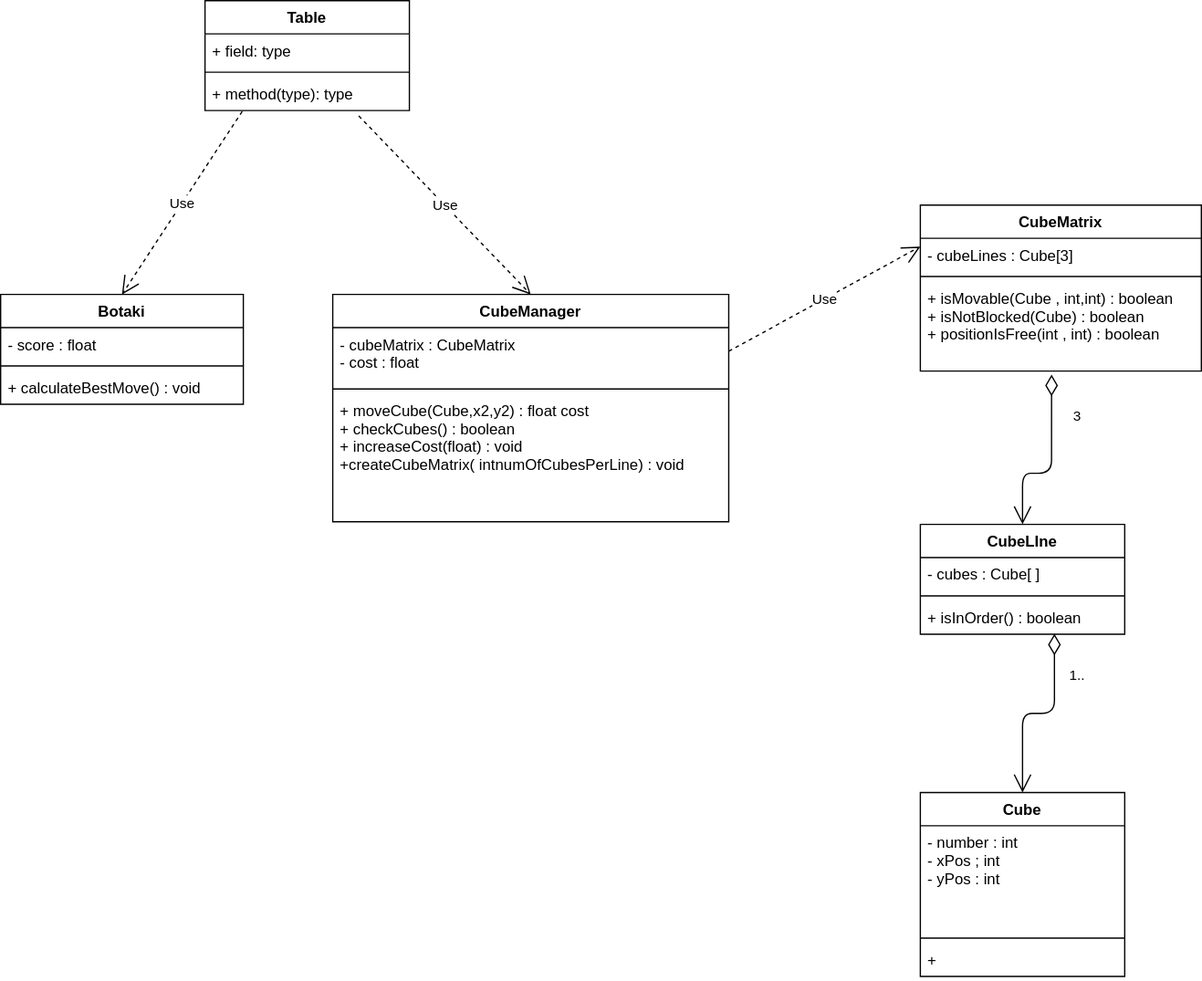
Above: ask1.drawio.svg in philipAthanasopoulos/Cube-io (draw.io), before the change. Source tidied: cells renumbered, new cells last; positions are measured from the earlier drawing's top-left corner, leaving out a move shared by most shapes.
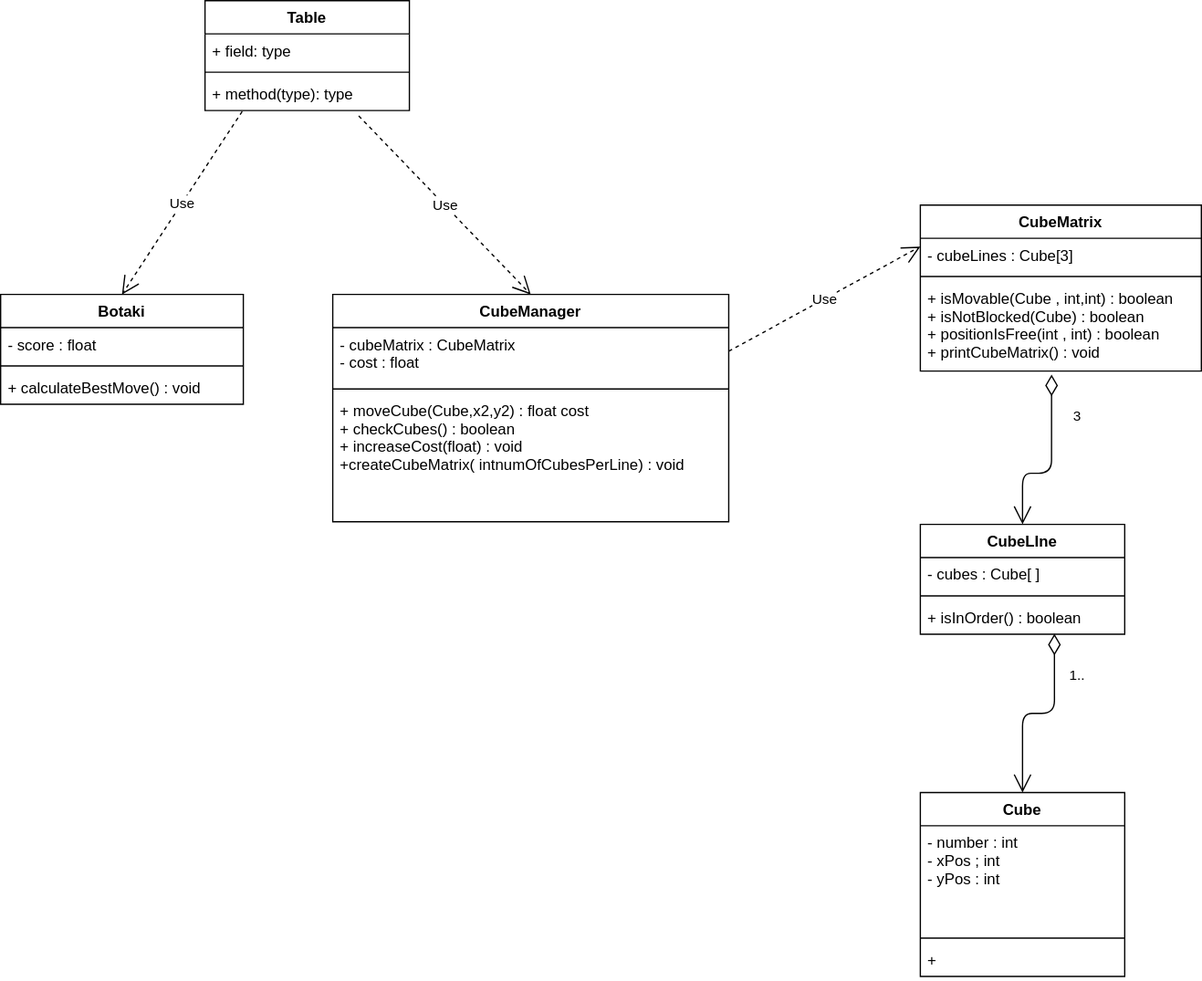
Later version of the same file.

Commit message:
generated getter and setters for the CubeManager

What changed in the source:
```diff
@@ -59,7 +59,7 @@
     <mxCell id="20" style="line;strokeWidth=1;fillColor=none;align=left;verticalAlign=middle;spacingTop=-1;spacingLeft=3;spacingRight=3;labelPosition=right;strokeColor=inherit;" parent="18" vertex="1">
       <mxGeometry y="52" width="220" height="8" as="geometry" />
     </mxCell>
-    <mxCell id="21" value="+ isMovable(Cube , int,int) : boolean&#10;+ isNotBlocked(Cube) : boolean&#10;+ positionIsFree(int , int) : boolean&#10;" style="text;strokeColor=none;fillColor=none;align=left;verticalAlign=top;spacingLeft=4;spacingRight=4;overflow=hidden;points=[[0,0.5],[1,0.5]];portConstraint=eastwest;" parent="18" vertex="1">
+    <mxCell id="21" value="+ isMovable(Cube , int,int) : boolean&#10;+ isNotBlocked(Cube) : boolean&#10;+ positionIsFree(int , int) : boolean&#10;+ printCubeMatrix() : void&#10;" style="text;strokeColor=none;fillColor=none;align=left;verticalAlign=top;spacingLeft=4;spacingRight=4;overflow=hidden;points=[[0,0.5],[1,0.5]];portConstraint=eastwest;" parent="18" vertex="1">
       <mxGeometry y="60" width="220" height="70" as="geometry" />
     </mxCell>
     <mxCell id="22" value="3&lt;br&gt;" style="endArrow=open;html=1;endSize=12;startArrow=diamondThin;startSize=14;startFill=0;edgeStyle=orthogonalEdgeStyle;align=left;verticalAlign=bottom;exitX=0.467;exitY=1.04;exitDx=0;exitDy=0;exitPerimeter=0;entryX=0.5;entryY=0;entryDx=0;entryDy=0;" parent="1" edge="1" source="21" target="23">
```
